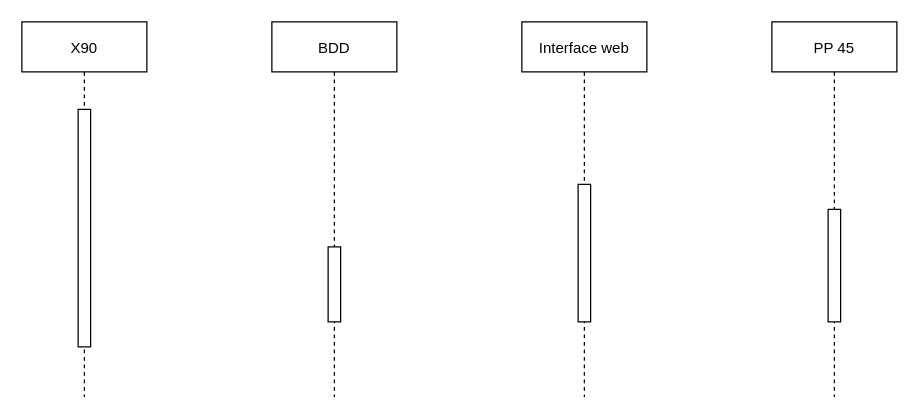
This is Document en commun/Diagramme/diagramme de communication.drawio from loupsonneville/Robot-Manitou, a draw.io file, before an edit. Source tidied: cells renumbered, new cells numbered last; positions are measured from the earlier drawing's top-left corner, leaving out a move shared by most shapes. Both pictures are drawn from the tidied source at 125%, with x=0, y=0 at pixel (21, 21).
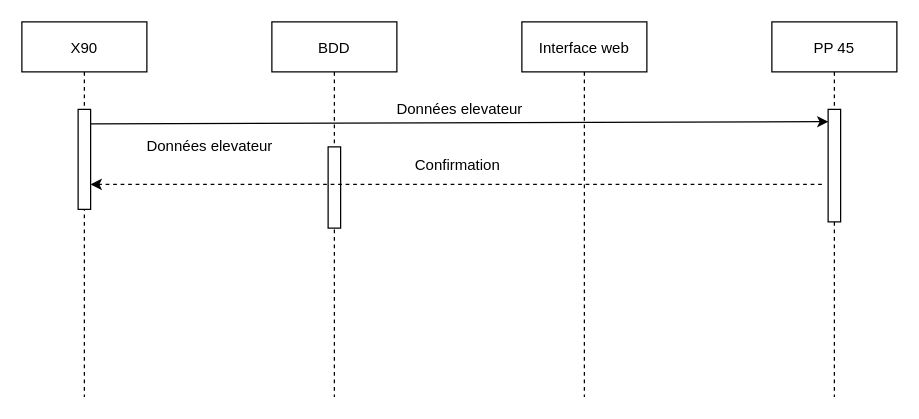
After the change.

What changed in the source:
```diff
@@
 <mxGraphModel>
   <root>
     <mxCell id="0" />
     <mxCell id="1" parent="0" />
     <mxCell id="2" value="X90" style="shape=umlLifeline;perimeter=lifelinePerimeter;rounded=0;shadow=0;strokeWidth=1;" parent="1" vertex="1">
       <mxGeometry width="100" height="300" as="geometry" />
     </mxCell>
     <mxCell id="3" style="points=[];perimeter=orthogonalPerimeter;rounded=0;shadow=0;strokeWidth=1;" parent="2" vertex="1">
-      <mxGeometry x="45" y="70" width="10" height="190" as="geometry" />
+      <mxGeometry x="45" y="70" width="10" height="80" as="geometry" />
     </mxCell>
     <mxCell id="4" value="BDD" style="shape=umlLifeline;perimeter=lifelinePerimeter;rounded=0;shadow=0;strokeWidth=1;" parent="1" vertex="1">
       <mxGeometry x="200" width="100" height="300" as="geometry" />
     </mxCell>
     <mxCell id="5" style="perimeter=orthogonalPerimeter;rounded=0;shadow=0;strokeWidth=1;" parent="4" vertex="1">
-      <mxGeometry x="45" y="180" width="10" height="60" as="geometry" />
+      <mxGeometry x="45" y="100" width="10" height="65" as="geometry" />
     </mxCell>
     <mxCell id="6" value="Interface web" style="shape=umlLifeline;perimeter=lifelinePerimeter;rounded=0;shadow=0;strokeWidth=1;" parent="1" vertex="1">
       <mxGeometry x="400" width="100" height="300" as="geometry" />
     </mxCell>
-    <mxCell id="7" style="perimeter=orthogonalPerimeter;rounded=0;shadow=0;strokeWidth=1;" parent="6" vertex="1">
-      <mxGeometry x="45" y="130" width="10" height="110" as="geometry" />
-    </mxCell>
     <mxCell id="8" value="PP 45" style="shape=umlLifeline;perimeter=lifelinePerimeter;rounded=0;shadow=0;strokeWidth=1;" parent="1" vertex="1">
       <mxGeometry x="600" width="100" height="300" as="geometry" />
     </mxCell>
     <mxCell id="9" style="points=[];perimeter=orthogonalPerimeter;rounded=0;shadow=0;strokeWidth=1;" parent="8" vertex="1">
-      <mxGeometry x="45" y="150" width="10" height="90" as="geometry" />
+      <mxGeometry x="45" y="70" width="10" height="90" as="geometry" />
     </mxCell>
+    <mxCell id="10" style="endArrow=classic;html=1;rounded=0;exitX=1.011;exitY=0.145;exitDx=0;exitDy=0;exitPerimeter=0;entryX=0.02;entryY=0.109;entryDx=0;entryDy=0;entryPerimeter=0;" parent="1" edge="1" source="3" target="9">
+      <mxGeometry relative="1" as="geometry" />
+    </mxCell>
+    <mxCell id="11" value="Données elevateur" style="text;html=1;align=center;verticalAlign=middle;strokeColor=none;fillColor=none;" parent="1" vertex="1">
+      <mxGeometry x="290" y="55" width="120" height="30" as="geometry" />
+    </mxCell>
+    <mxCell id="12" style="endArrow=classic;html=1;rounded=0;dashed=1;" parent="1" edge="1" target="3">
+      <mxGeometry relative="1" as="geometry">
+        <mxPoint x="640" y="130" as="sourcePoint" />
+      </mxGeometry>
+    </mxCell>
+    <mxCell id="13" value="Confirmation&amp;nbsp;" style="text;html=1;align=center;verticalAlign=middle;strokeColor=none;fillColor=none;" parent="1" vertex="1">
+      <mxGeometry x="305" y="100" width="90" height="30" as="geometry" />
+    </mxCell>
+    <mxCell id="14" value="Données elevateur" style="text;html=1;align=center;verticalAlign=middle;strokeColor=none;fillColor=none;strokeWidth=1;rotation=0;" parent="1" vertex="1">
+      <mxGeometry x="90" y="85" width="120" height="30" as="geometry" />
+    </mxCell>
   </root>
 </mxGraphModel>
```
